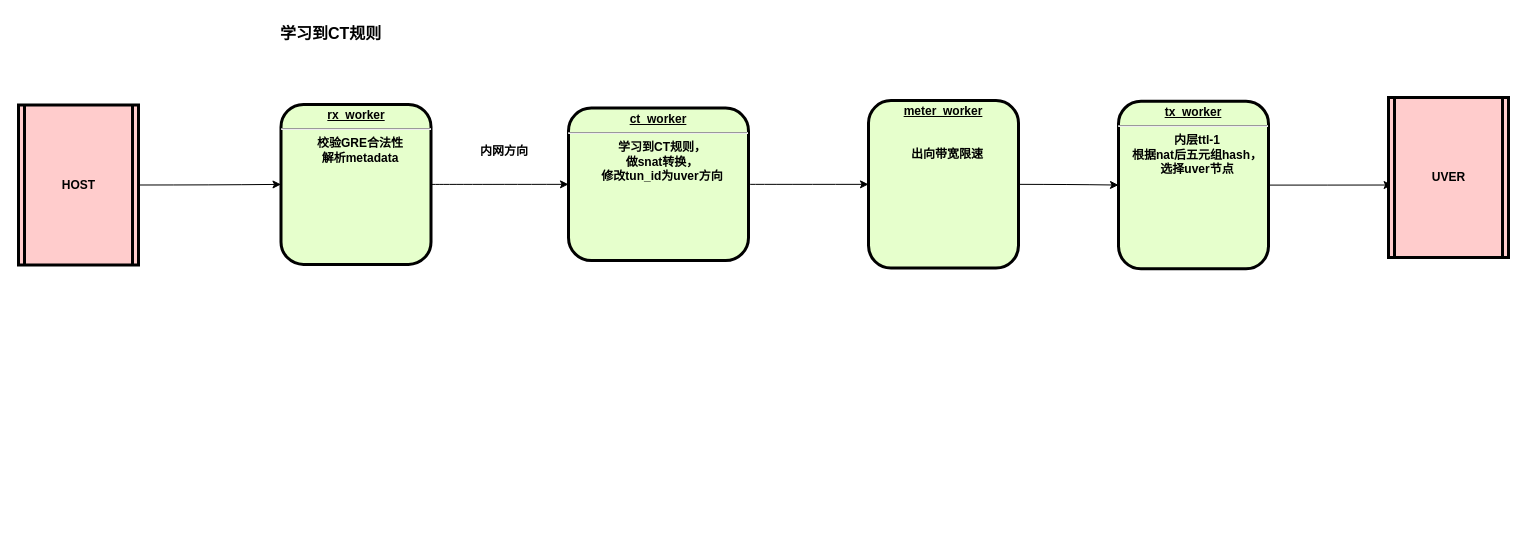
Before: ack.drawio in st0rybrook/hello-world, a draw.io diagram. Source tidied: cells renumbered, new cells numbered last; positions are measured from the earlier drawing's top-left corner, leaving out a move shared by most shapes. Both pictures are drawn from the tidied source at 100%, with x=0, y=0 at pixel (18, 17).
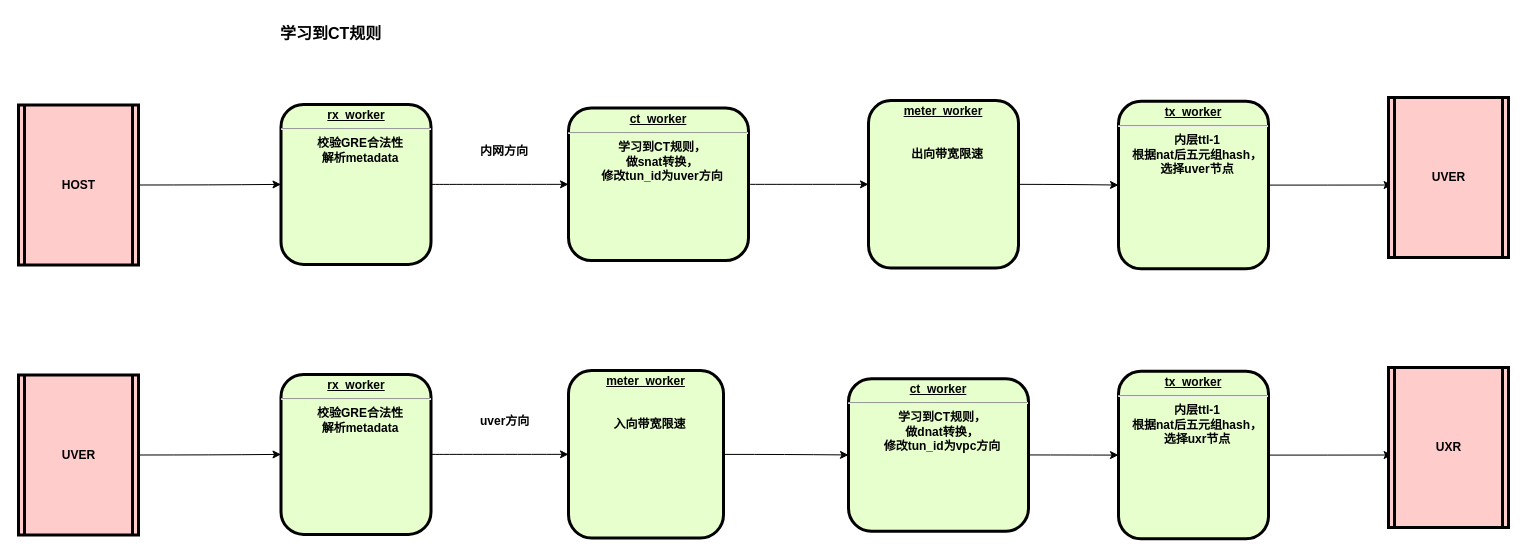
The same diagram, later.

Diff of the diagram source:
```diff
@@
+    <mxCell id="15" style="edgeStyle=orthogonalEdgeStyle;curved=1;jettySize=auto;html=1;exitX=1;exitY=0.5;exitDx=0;exitDy=0;entryX=0;entryY=0.5;entryDx=0;entryDy=0;fontFamily=Helvetica;fontSize=16;strokeColor=default;" parent="1" edge="1" source="16" target="18">
+      <mxGeometry relative="1" as="geometry" />
+    </mxCell>
+    <mxCell id="16" value="&lt;p style=&quot;margin: 0px ; margin-top: 4px ; text-align: center ; text-decoration: underline&quot;&gt;&lt;strong&gt;rx_worker&lt;/strong&gt;&lt;/p&gt;&lt;hr&gt;&lt;p style=&quot;margin: 0px ; margin-left: 8px&quot;&gt;校验GRE合法性&lt;/p&gt;&lt;p style=&quot;margin: 0px ; margin-left: 8px&quot;&gt;解析metadata&lt;/p&gt;" style="verticalAlign=middle;align=center;overflow=fill;fontSize=12;fontFamily=Helvetica;html=1;rounded=1;fontStyle=1;strokeWidth=3;fillColor=#E6FFCC;" parent="1" vertex="1">
+      <mxGeometry x="262.5" y="356.9" width="150" height="160" as="geometry" />
+    </mxCell>
+    <mxCell id="17" style="edgeStyle=orthogonalEdgeStyle;curved=1;jettySize=auto;html=1;entryX=0;entryY=0.5;entryDx=0;entryDy=0;fontFamily=Helvetica;fontSize=16;strokeColor=default;" parent="1" edge="1" source="18" target="20">
+      <mxGeometry relative="1" as="geometry" />
+    </mxCell>
+    <mxCell id="18" value="&lt;p style=&quot;margin: 0px ; margin-top: 4px ; text-align: center ; text-decoration: underline&quot;&gt;&lt;strong&gt;meter_worker&lt;/strong&gt;&lt;/p&gt;&lt;p style=&quot;margin: 0px ; margin-left: 8px&quot;&gt;&lt;br&gt;&lt;/p&gt;&lt;p style=&quot;margin: 0px ; margin-left: 8px&quot;&gt;&lt;br&gt;&lt;/p&gt;&lt;p style=&quot;margin: 0px ; margin-left: 8px&quot;&gt;入向带宽限速&lt;/p&gt;&lt;p style=&quot;margin: 0px ; margin-left: 8px&quot;&gt;&lt;br&gt;&lt;/p&gt;" style="verticalAlign=middle;align=center;overflow=fill;fontSize=12;fontFamily=Helvetica;html=1;rounded=1;fontStyle=1;strokeWidth=3;fillColor=#E6FFCC;" parent="1" vertex="1">
+      <mxGeometry x="550" y="353.1" width="155" height="167.5" as="geometry" />
+    </mxCell>
+    <mxCell id="19" style="edgeStyle=orthogonalEdgeStyle;curved=1;jettySize=auto;html=1;exitX=1;exitY=0.5;exitDx=0;exitDy=0;fontFamily=Helvetica;fontSize=16;strokeColor=default;" parent="1" edge="1" source="20" target="25">
+      <mxGeometry relative="1" as="geometry" />
+    </mxCell>
+    <mxCell id="20" value="&lt;p style=&quot;margin: 0px ; margin-top: 4px ; text-align: center ; text-decoration: underline&quot;&gt;&lt;strong&gt;ct_worker&lt;/strong&gt;&lt;/p&gt;&lt;hr&gt;&lt;p style=&quot;margin: 0px ; margin-left: 8px&quot;&gt;学习到CT规则，&lt;/p&gt;&lt;p style=&quot;margin: 0px ; margin-left: 8px&quot;&gt;做dnat转换，&lt;/p&gt;&lt;p style=&quot;margin: 0px ; margin-left: 8px&quot;&gt;修改tun_id为vpc方向&lt;/p&gt;" style="verticalAlign=middle;align=center;overflow=fill;fontSize=12;fontFamily=Helvetica;html=1;rounded=1;fontStyle=1;strokeWidth=3;fillColor=#E6FFCC;" parent="1" vertex="1">
+      <mxGeometry x="830" y="361.2" width="180" height="152.5" as="geometry" />
+    </mxCell>
+    <mxCell id="21" value="&lt;div style=&quot;text-align: center&quot;&gt;&lt;span&gt;&lt;font face=&quot;helvetica&quot;&gt;&lt;b&gt;uver方向&lt;/b&gt;&lt;/font&gt;&lt;/span&gt;&lt;/div&gt;" style="text;whiteSpace=wrap;html=1;" parent="1" vertex="1">
+      <mxGeometry x="460" y="390" width="90" height="40" as="geometry" />
+    </mxCell>
+    <mxCell id="22" style="edgeStyle=orthogonalEdgeStyle;curved=1;rounded=0;jettySize=auto;html=1;entryX=0;entryY=0.5;entryDx=0;entryDy=0;" parent="1" edge="1" source="23" target="16">
+      <mxGeometry relative="1" as="geometry" />
+    </mxCell>
+    <mxCell id="23" value="UVER" style="shape=process;whiteSpace=wrap;align=center;verticalAlign=middle;size=0.0475;fontStyle=1;strokeWidth=3;fillColor=#FFCCCC;" parent="1" vertex="1">
+      <mxGeometry y="357.5" width="120" height="160" as="geometry" />
+    </mxCell>
+    <mxCell id="24" style="edgeStyle=orthogonalEdgeStyle;curved=1;jettySize=auto;html=1;entryX=0.03;entryY=0.547;entryDx=0;entryDy=0;entryPerimeter=0;fontFamily=Helvetica;fontSize=16;strokeColor=default;" parent="1" edge="1" source="25" target="26">
+      <mxGeometry relative="1" as="geometry" />
+    </mxCell>
+    <mxCell id="25" value="&lt;p style=&quot;margin: 0px ; margin-top: 4px ; text-align: center ; text-decoration: underline&quot;&gt;&lt;strong&gt;tx_worker&lt;/strong&gt;&lt;/p&gt;&lt;hr&gt;&lt;p style=&quot;margin: 0px ; margin-left: 8px&quot;&gt;内层ttl-1&lt;/p&gt;&lt;p style=&quot;margin: 0px ; margin-left: 8px&quot;&gt;根据nat后五元组hash，&lt;/p&gt;&lt;p style=&quot;margin: 0px ; margin-left: 8px&quot;&gt;选择uxr节点&lt;/p&gt;" style="verticalAlign=middle;align=center;overflow=fill;fontSize=12;fontFamily=Helvetica;html=1;rounded=1;fontStyle=1;strokeWidth=3;fillColor=#E6FFCC;" parent="1" vertex="1">
+      <mxGeometry x="1100" y="353.8" width="150" height="167.5" as="geometry" />
+    </mxCell>
+    <mxCell id="26" value="UXR" style="shape=process;whiteSpace=wrap;align=center;verticalAlign=middle;size=0.0475;fontStyle=1;strokeWidth=3;fillColor=#FFCCCC;" parent="1" vertex="1">
+      <mxGeometry x="1370" y="350" width="120" height="160" as="geometry" />
+    </mxCell>
```
